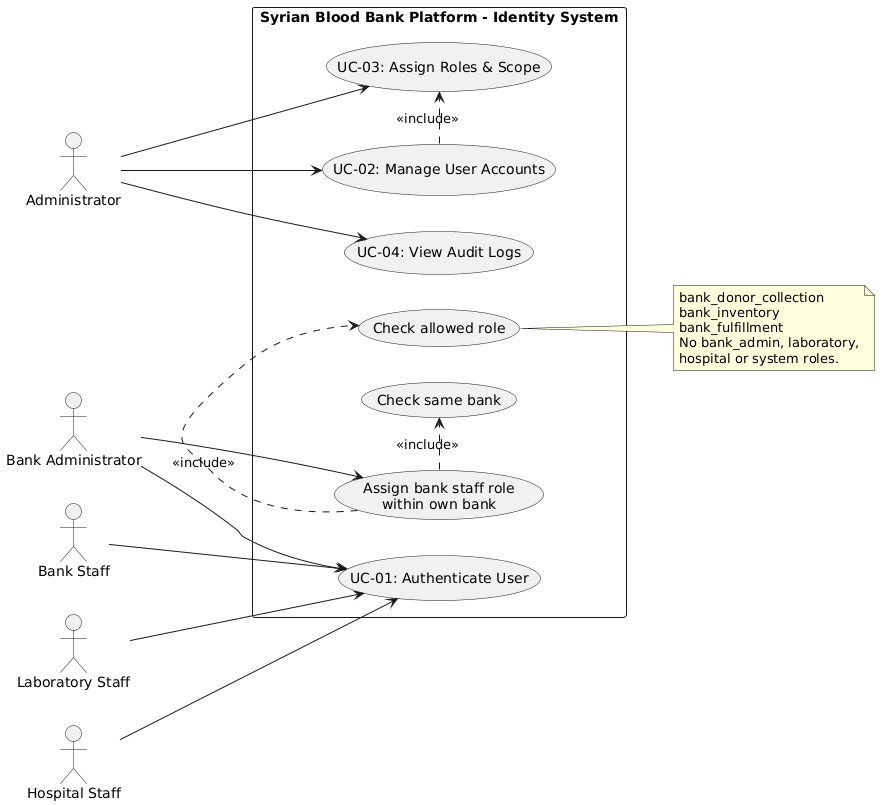
TitanDevX/BloodBankPlatformUni keeps this PlantUML diagram as docs/uml/Use Case/UC-02-Identity.png. Above is the earlier version. The source it was exported from:
```plantuml
@startuml
left to right direction
skinparam packageStyle rectangle

actor "Administrator" as Admin
actor "Bank Administrator" as BankAdmin
actor "Bank Staff" as BankStaff
actor "Laboratory Staff" as LabStaff
actor "Hospital Staff" as HospitalStaff

rectangle "Syrian Blood Bank Platform - Identity System" {
    usecase "UC-01: Authenticate User" as UC_Auth
    usecase "UC-02: Manage User Accounts" as UC_Manage
    usecase "UC-03: Assign Roles & Scope" as UC_Assign
    usecase "Assign bank staff role\nwithin own bank" as UC_BankAssign
    usecase "Check same bank" as UC_SameBank
    usecase "Check allowed role" as UC_AllowedRole
    usecase "UC-04: View Audit Logs" as UC_Audit
}

Admin --> UC_Manage
Admin --> UC_Assign
Admin --> UC_Audit
BankAdmin --> UC_Auth
BankAdmin --> UC_BankAssign

BankStaff --> UC_Auth
LabStaff --> UC_Auth
HospitalStaff --> UC_Auth

UC_Manage .> UC_Assign : <<include>>
UC_BankAssign .> UC_SameBank : <<include>>
UC_BankAssign .> UC_AllowedRole : <<include>>

note right of UC_AllowedRole
  bank_donor_collection
  bank_inventory
  bank_fulfillment
  No bank_admin, laboratory,
  hospital or system roles.
end note
@enduml
```
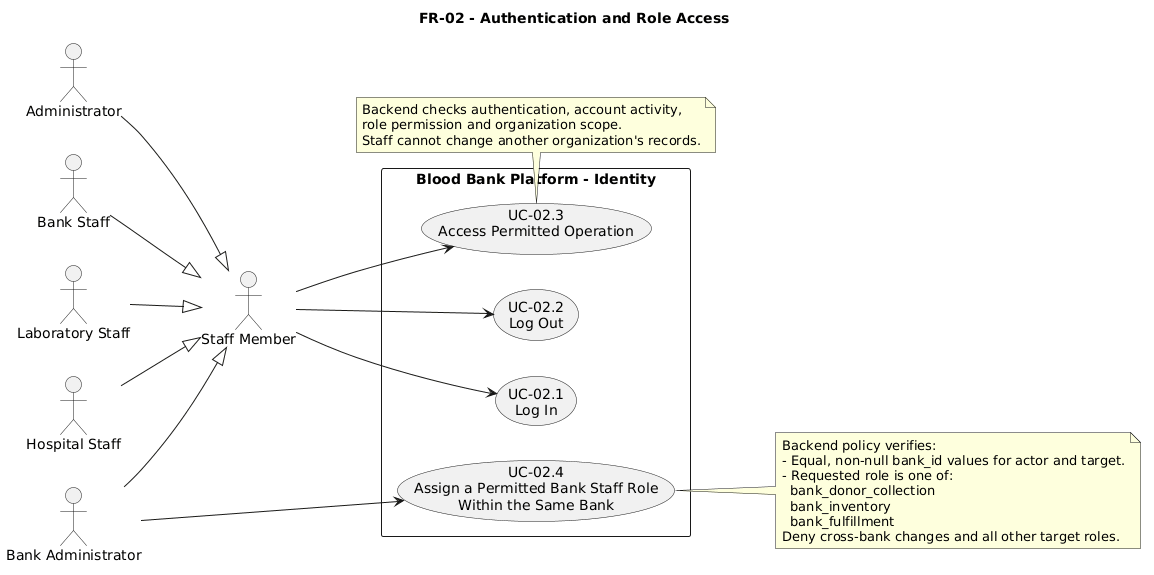
The same diagram one commit later.

The edit, as a diff of the source:
```diff
@@ -1,42 +1,40 @@
 @startuml
+title FR-02 - Authentication and Role Access
 left to right direction
 skinparam packageStyle rectangle
-
+actor "Staff Member" as Staff
 actor "Administrator" as Admin
 actor "Bank Administrator" as BankAdmin
 actor "Bank Staff" as BankStaff
 actor "Laboratory Staff" as LabStaff
 actor "Hospital Staff" as HospitalStaff
-
-rectangle "Syrian Blood Bank Platform - Identity System" {
-    usecase "UC-01: Authenticate User" as UC_Auth
-    usecase "UC-02: Manage User Accounts" as UC_Manage
-    usecase "UC-03: Assign Roles & Scope" as UC_Assign
-    usecase "Assign bank staff role\nwithin own bank" as UC_BankAssign
-    usecase "Check same bank" as UC_SameBank
-    usecase "Check allowed role" as UC_AllowedRole
-    usecase "UC-04: View Audit Logs" as UC_Audit
+Admin --|> Staff
+BankAdmin --|> Staff
+BankStaff --|> Staff
+LabStaff --|> Staff
+HospitalStaff --|> Staff
+rectangle "Blood Bank Platform - Identity" {
+  usecase "UC-02.1\nLog In" as Login
+  usecase "UC-02.2\nLog Out" as Logout
+  usecase "UC-02.3\nAccess Permitted Operation" as Access
+  usecase "UC-02.4\nAssign a Permitted Bank Staff Role\nWithin the Same Bank" as Assign
 }
-
-Admin --> UC_Manage
-Admin --> UC_Assign
-Admin --> UC_Audit
-BankAdmin --> UC_Auth
-BankAdmin --> UC_BankAssign
-
-BankStaff --> UC_Auth
-LabStaff --> UC_Auth
-HospitalStaff --> UC_Auth
-
-UC_Manage .> UC_Assign : <<include>>
-UC_BankAssign .> UC_SameBank : <<include>>
-UC_BankAssign .> UC_AllowedRole : <<include>>
-
-note right of UC_AllowedRole
-  bank_donor_collection
-  bank_inventory
-  bank_fulfillment
-  No bank_admin, laboratory,
-  hospital or system roles.
+Staff --> Login
+Staff --> Logout
+Staff --> Access
+BankAdmin --> Assign
+note right of Assign
+  Backend policy verifies:
+  - Equal, non-null bank_id values for actor and target.
+  - Requested role is one of:
+    bank_donor_collection
+    bank_inventory
+    bank_fulfillment
+  Deny cross-bank changes and all other target roles.
+end note
+note bottom of Access
+  Backend checks authentication, account activity,
+  role permission and organization scope.
+  Staff cannot change another organization's records.
 end note
 @enduml
```
